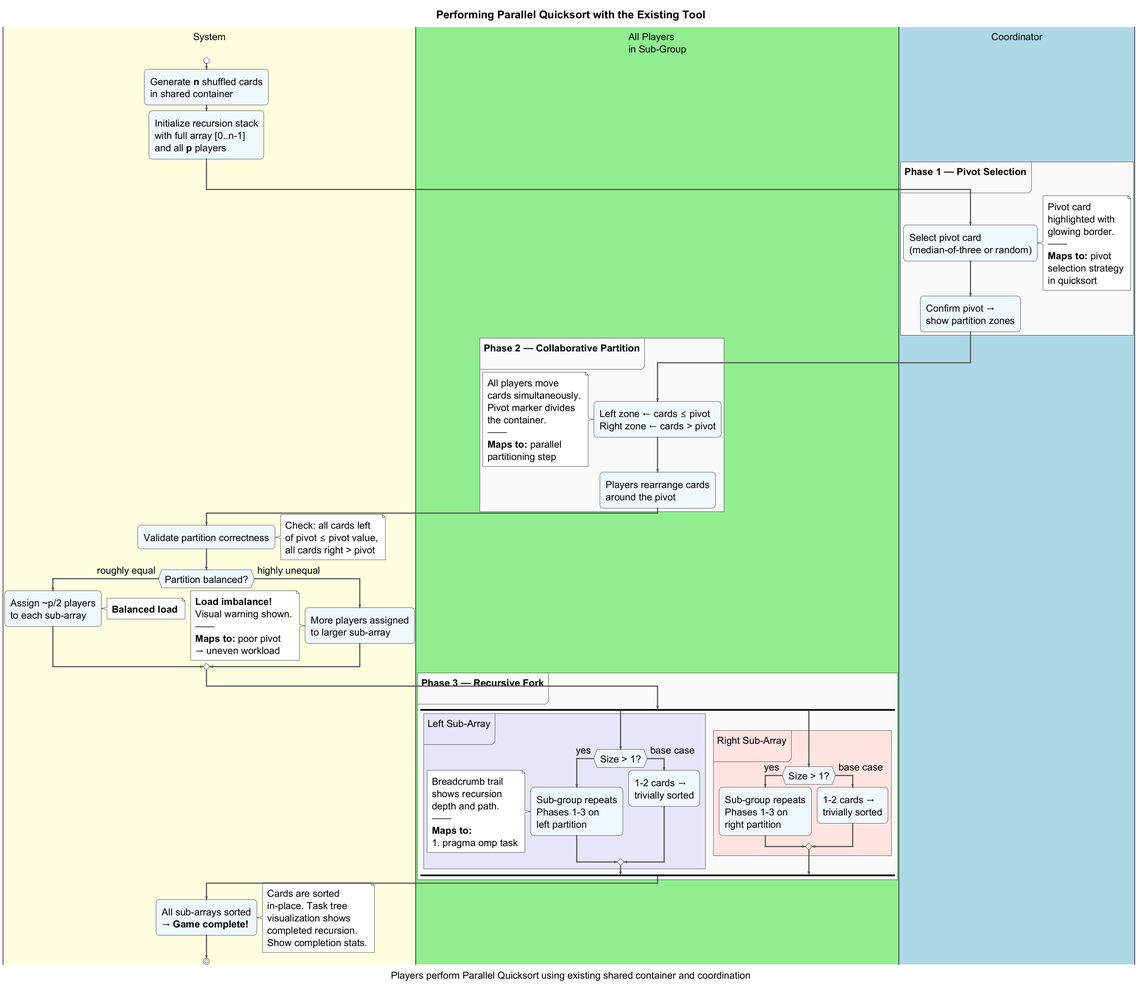
Earlier version of the PlantUML export figures/diagrams/parallel-quicksort-game-flow.png (Siponek/HPC-thesis).
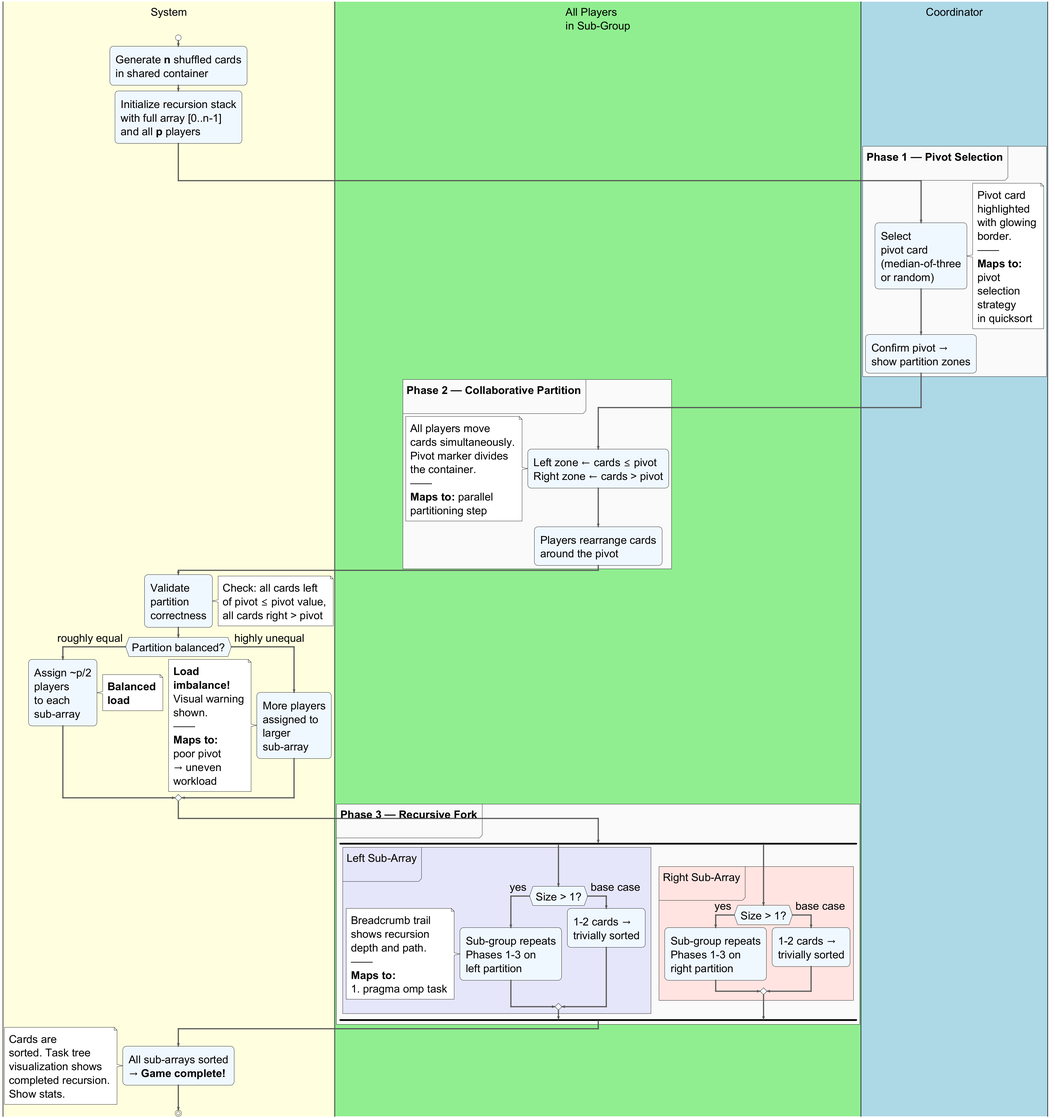
The same file after the commit.

The edit, as a diff of the source:
```diff
@@ -2,25 +2,25 @@
 !theme plain
 !include ../shared/theme.puml
 
-skinparam TitleFontSize 38
-skinparam SwimlaneTitleFontSize 34
-skinparam NoteFontSize 34
-skinparam ActivityFontSize 34
-skinparam ActivityDiamondFontSize 34
+skinparam TitleFontSize 44
+skinparam SwimlaneTitleFontSize 38
+skinparam NoteFontSize 38
+skinparam ActivityFontSize 38
+skinparam ActivityDiamondFontSize 38
 skinparam style strictuml
 skinparam ArrowThickness 4
-skinparam FooterFontSize 34
-skinparam ParticipantFontSize 34
-skinparam LegendFontSize 34
-skinparam SwimlaneTitleFontSize 34
+skinparam FooterFontSize 44
+skinparam ParticipantFontSize 38
+skinparam LegendFontSize 38
+skinparam SwimlaneTitleFontSize 38
 skinparam SwimlaneBorderThickness 2
-skinparam DefaultFontSize 34
+skinparam DefaultFontSize 38
+
 
 skinparam ActivityDiamondBackgroundColor #FFFFCC
 skinparam ActivityBackgroundColor #F0F8FF
 skinparam PartitionBackgroundColor #FAFAFA
 
-title Performing Parallel Quicksort with the Existing Tool
 
 |#LightYellow|System|
 |#LightGreen|All Players\nin Sub-Group|
@@ -33,15 +33,18 @@
 
 partition "**Phase 1 — Pivot Selection**\n" {
     |Coordinator|
-    :Select pivot card\n(median-of-three or random);
+    :Select\npivot card\n(median-of-three\nor random);
 
     note right
       Pivot card
-      highlighted with
-      glowing border.
+      highlighted
+      with glowing
+      border.
       ——
-      **Maps to:** pivot
-      selection strategy
+      **Maps to:**
+      pivot
+      selection
+      strategy
       in quicksort
     end note
     :Confirm pivot →\nshow partition zones;
@@ -64,7 +67,7 @@
 }
 
 |System|
-:Validate partition correctness;
+:Validate\npartition\ncorrectness;
 note right
   Check: all cards left
   of pivot ≤ pivot value,
@@ -72,16 +75,23 @@
 end note
 
 if (Partition balanced?) then (roughly equal)
-    :Assign ~p/2 players\nto each sub-array;
-    note right: **Balanced load**
+    :Assign ~p/2\nplayers\nto each\nsub-array;
+    note right
+    **Balanced**
+    **load**
+    end note
 else (highly unequal)
-    :More players assigned\nto larger sub-array;
+    :More players\nassigned to\nlarger\nsub-array;
     note left
-      **Load imbalance!**
-      Visual warning shown.
+      **Load**
+      **imbalance!**
+      Visual warning
+      shown.
       ——
-      **Maps to:** poor pivot
-      → uneven workload
+      **Maps to:**
+      poor pivot
+      → uneven
+      workload
     end note
 endif
 
@@ -117,16 +127,14 @@
 
 |System|
 :All sub-arrays sorted\n→ **Game complete!**;
-note right
-  Cards are sorted
-  in-place. Task tree
+note left
+  Cards are
+  sorted. Task tree
   visualization shows
   completed recursion.
-  Show completion stats.
+  Show stats.
 end note
 stop
 
 
-center footer Players perform Parallel Quicksort using existing shared container and coordination
-
 @enduml
```
